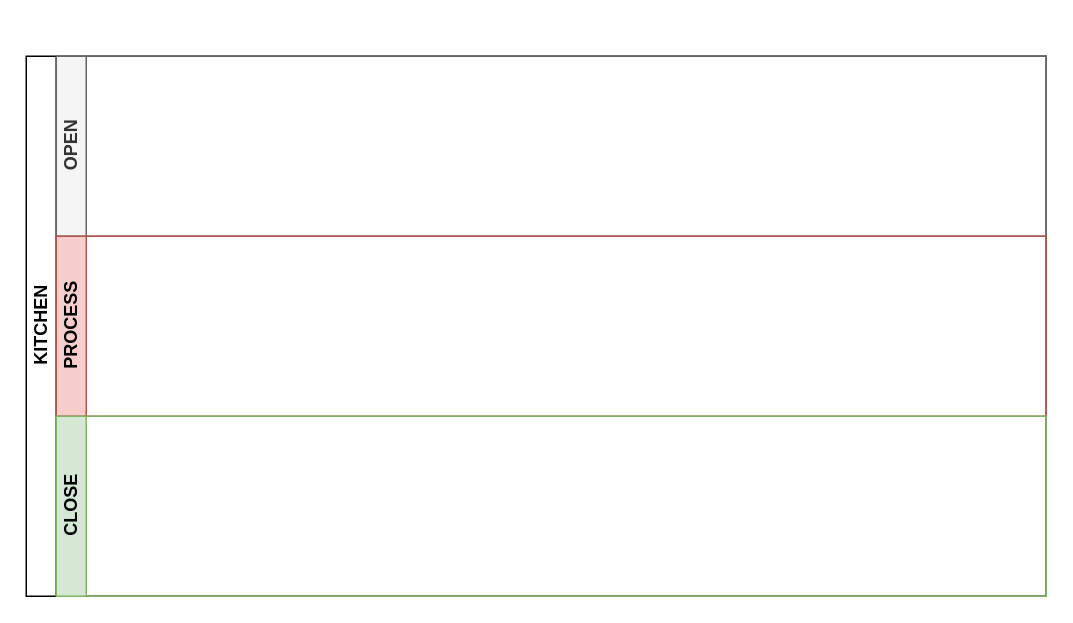
Before: mymomo process diagram.drawio in ajoysinha/app, a draw.io diagram. Source tidied: cells renumbered, new cells numbered last; positions are measured from the earlier drawing's top-left corner, leaving out a move shared by most shapes. Both pictures are drawn from the tidied source at 150%, with x=0, y=0 at pixel (26, 56).
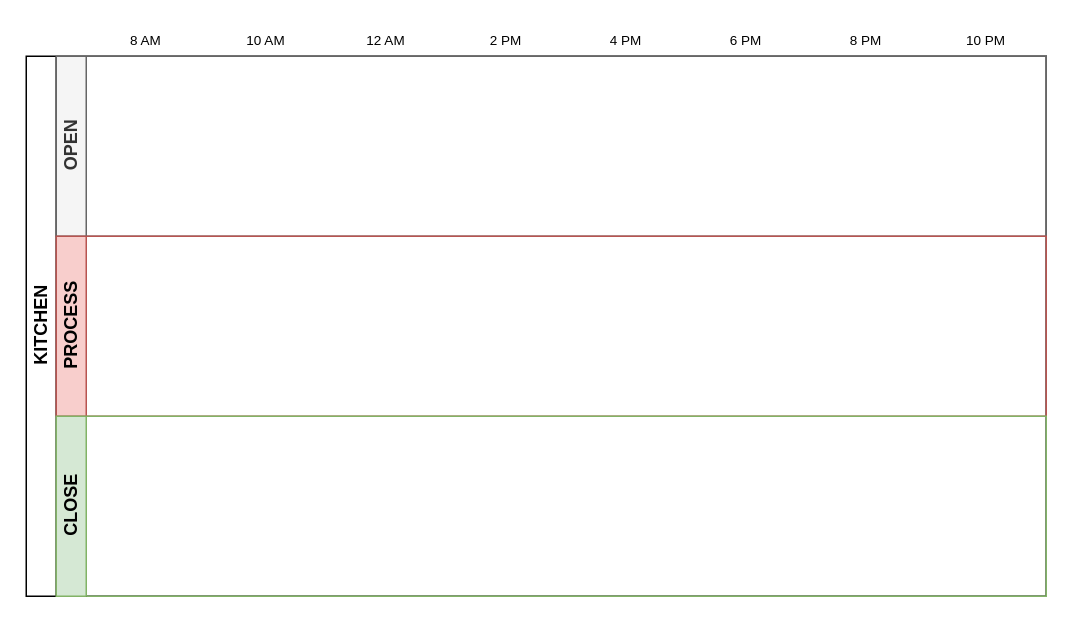
The same diagram, later.

Change to the diagram source:
```diff
@@
 <mxGraphModel>
   <root>
     <mxCell id="0" />
     <mxCell id="1" parent="0" />
     <mxCell id="2" value="KITCHEN" style="swimlane;html=1;horizontal=0;startSize=20;" parent="1" vertex="1">
       <mxGeometry width="680" height="360" as="geometry" />
     </mxCell>
     <mxCell id="3" value="OPEN" style="swimlane;html=1;startSize=20;horizontal=0;fillColor=#f5f5f5;fontColor=#333333;strokeColor=#666666;" parent="2" vertex="1">
       <mxGeometry x="20" width="660" height="120" as="geometry" />
     </mxCell>
     <mxCell id="4" value="PROCESS" style="swimlane;html=1;startSize=20;horizontal=0;fillColor=#f8cecc;strokeColor=#b85450;" parent="2" vertex="1">
       <mxGeometry x="20" y="120" width="660" height="120" as="geometry" />
     </mxCell>
     <mxCell id="5" value="CLOSE" style="swimlane;html=1;startSize=20;horizontal=0;fillColor=#d5e8d4;strokeColor=#82b366;" parent="2" vertex="1">
       <mxGeometry x="20" y="240" width="660" height="120" as="geometry" />
     </mxCell>
+    <mxCell id="6" value="8 AM" style="text;html=1;strokeColor=none;fillColor=none;align=center;verticalAlign=middle;whiteSpace=wrap;rounded=0;fontSize=9;" parent="1" vertex="1">
+      <mxGeometry x="60" y="-20" width="40" height="20" as="geometry" />
+    </mxCell>
+    <mxCell id="7" value="10 AM" style="text;html=1;strokeColor=none;fillColor=none;align=center;verticalAlign=middle;whiteSpace=wrap;rounded=0;fontSize=9;" parent="1" vertex="1">
+      <mxGeometry x="140" y="-20" width="40" height="20" as="geometry" />
+    </mxCell>
+    <mxCell id="8" value="12 AM" style="text;html=1;strokeColor=none;fillColor=none;align=center;verticalAlign=middle;whiteSpace=wrap;rounded=0;fontSize=9;" parent="1" vertex="1">
+      <mxGeometry x="220" y="-20" width="40" height="20" as="geometry" />
+    </mxCell>
+    <mxCell id="9" value="2 PM" style="text;html=1;strokeColor=none;fillColor=none;align=center;verticalAlign=middle;whiteSpace=wrap;rounded=0;fontSize=9;" parent="1" vertex="1">
+      <mxGeometry x="300" y="-20" width="40" height="20" as="geometry" />
+    </mxCell>
+    <mxCell id="10" value="4 PM" style="text;html=1;strokeColor=none;fillColor=none;align=center;verticalAlign=middle;whiteSpace=wrap;rounded=0;fontSize=9;" parent="1" vertex="1">
+      <mxGeometry x="380" y="-20" width="40" height="20" as="geometry" />
+    </mxCell>
+    <mxCell id="11" value="6 PM" style="text;html=1;strokeColor=none;fillColor=none;align=center;verticalAlign=middle;whiteSpace=wrap;rounded=0;fontSize=9;" parent="1" vertex="1">
+      <mxGeometry x="460" y="-20" width="40" height="20" as="geometry" />
+    </mxCell>
+    <mxCell id="12" value="8 PM" style="text;html=1;strokeColor=none;fillColor=none;align=center;verticalAlign=middle;whiteSpace=wrap;rounded=0;fontSize=9;" parent="1" vertex="1">
+      <mxGeometry x="540" y="-20" width="40" height="20" as="geometry" />
+    </mxCell>
+    <mxCell id="13" value="10 PM" style="text;html=1;strokeColor=none;fillColor=none;align=center;verticalAlign=middle;whiteSpace=wrap;rounded=0;fontSize=9;" parent="1" vertex="1">
+      <mxGeometry x="620" y="-20" width="40" height="20" as="geometry" />
+    </mxCell>
   </root>
 </mxGraphModel>
```
